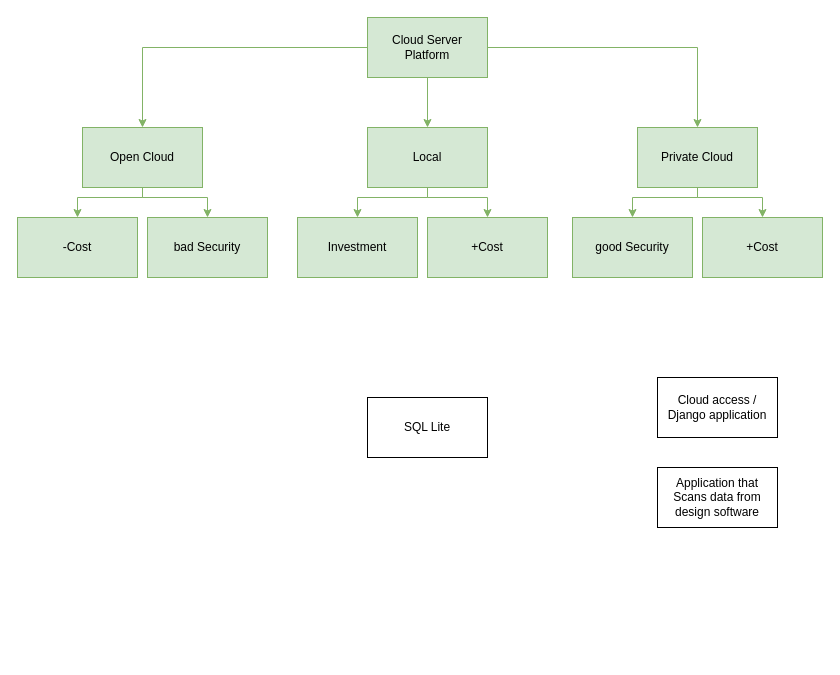
The draw.io diagram 04_ProjectNotes/DataAnalyticsPlatform.drawio in DaltonGOO/BIM-Analytics-Platform, before the edit. Source tidied: cells renumbered, new cells numbered last; positions are measured from the earlier drawing's top-left corner, leaving out a move shared by most shapes. Both pictures are drawn from the tidied source at 100%, with x=0, y=0 at pixel (17, 17).
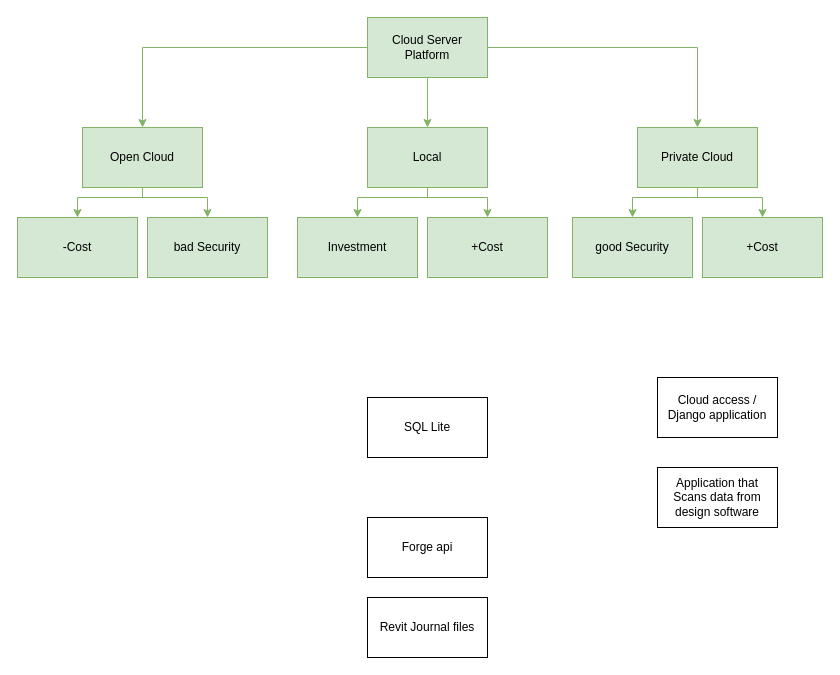
After the change.

Diff of the diagram source:
```diff
@@
+    <mxCell id="24" value="Forge api" style="rounded=0;whiteSpace=wrap;html=1;" parent="1" vertex="1">
+      <mxGeometry x="350" y="500" width="120" height="60" as="geometry" />
+    </mxCell>
+    <mxCell id="25" value="Revit Journal files" style="rounded=0;whiteSpace=wrap;html=1;" parent="1" vertex="1">
+      <mxGeometry x="350" y="580" width="120" height="60" as="geometry" />
+    </mxCell>
```
